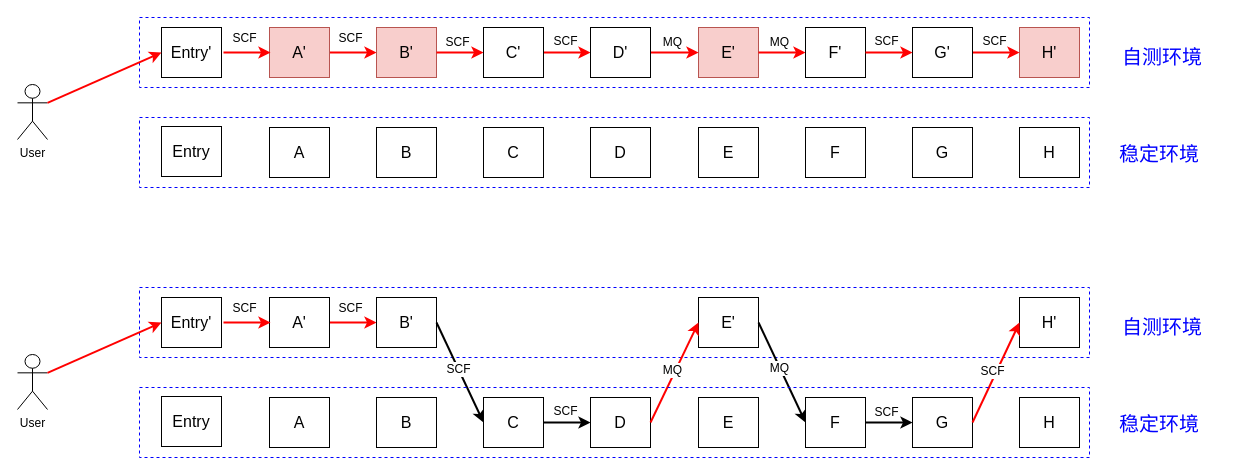
The draw.io diagram zz/zzscf/flow_tag_router.drawio in waterystone/draw_io, before the edit. Source tidied: cells renumbered, new cells numbered last; positions are measured from the earlier drawing's top-left corner, leaving out a move shared by most shapes. Both pictures are drawn from the tidied source at 100%, with x=0, y=0 at pixel (17, 17).
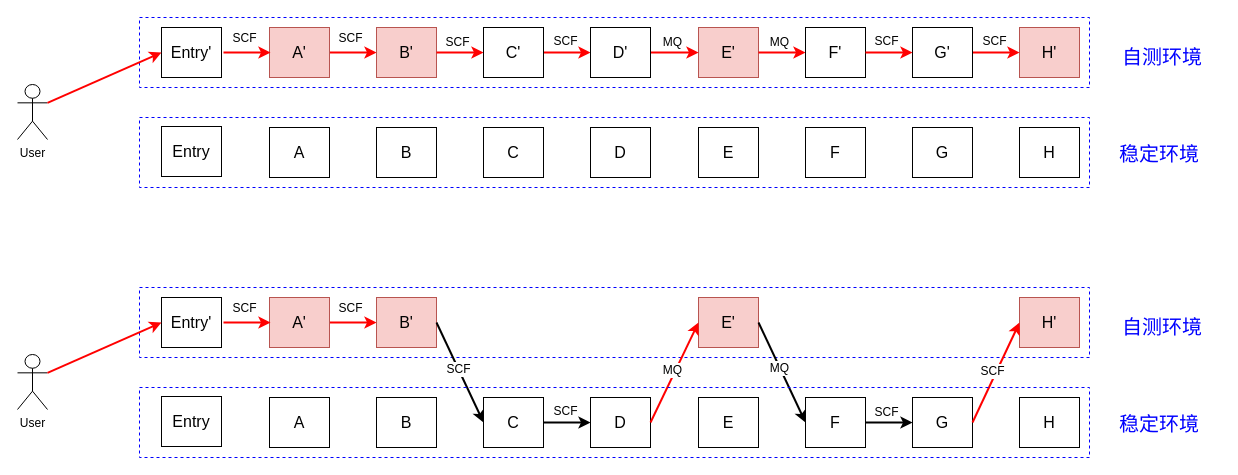
After the change.

The edit, as a diff of the source:
```diff
@@
-    <mxCell id="16" value="&lt;font style=&quot;font-size: 16px&quot;&gt;A'&lt;/font&gt;" style="rounded=0;whiteSpace=wrap;html=1;" parent="1" vertex="1">
+    <mxCell id="16" value="&lt;font style=&quot;font-size: 16px&quot;&gt;A'&lt;/font&gt;" style="rounded=0;whiteSpace=wrap;html=1;fillColor=#f8cecc;strokeColor=#b85450;" parent="1" vertex="1">
       <mxGeometry x="252" y="280" width="60" height="50" as="geometry" />
     </mxCell>
-    <mxCell id="17" value="&lt;font style=&quot;font-size: 16px&quot;&gt;B'&lt;/font&gt;" style="rounded=0;whiteSpace=wrap;html=1;" parent="1" vertex="1">
+    <mxCell id="17" value="&lt;font style=&quot;font-size: 16px&quot;&gt;B'&lt;/font&gt;" style="rounded=0;whiteSpace=wrap;html=1;fillColor=#f8cecc;strokeColor=#b85450;" parent="1" vertex="1">
       <mxGeometry x="359" y="280" width="60" height="50" as="geometry" />
     </mxCell>
-    <mxCell id="18" value="&lt;font style=&quot;font-size: 16px&quot;&gt;E'&lt;/font&gt;" style="rounded=0;whiteSpace=wrap;html=1;" parent="1" vertex="1">
+    <mxCell id="18" value="&lt;font style=&quot;font-size: 16px&quot;&gt;E'&lt;/font&gt;" style="rounded=0;whiteSpace=wrap;html=1;fillColor=#f8cecc;strokeColor=#b85450;" parent="1" vertex="1">
       <mxGeometry x="681" y="280" width="60" height="50" as="geometry" />
     </mxCell>
-    <mxCell id="19" value="&lt;span style=&quot;font-size: 16px&quot;&gt;H'&lt;/span&gt;" style="rounded=0;whiteSpace=wrap;html=1;" parent="1" vertex="1">
+    <mxCell id="19" value="&lt;span style=&quot;font-size: 16px&quot;&gt;H'&lt;/span&gt;" style="rounded=0;whiteSpace=wrap;html=1;fillColor=#f8cecc;strokeColor=#b85450;" parent="1" vertex="1">
       <mxGeometry x="1002" y="280" width="60" height="50" as="geometry" />
     </mxCell>
```
